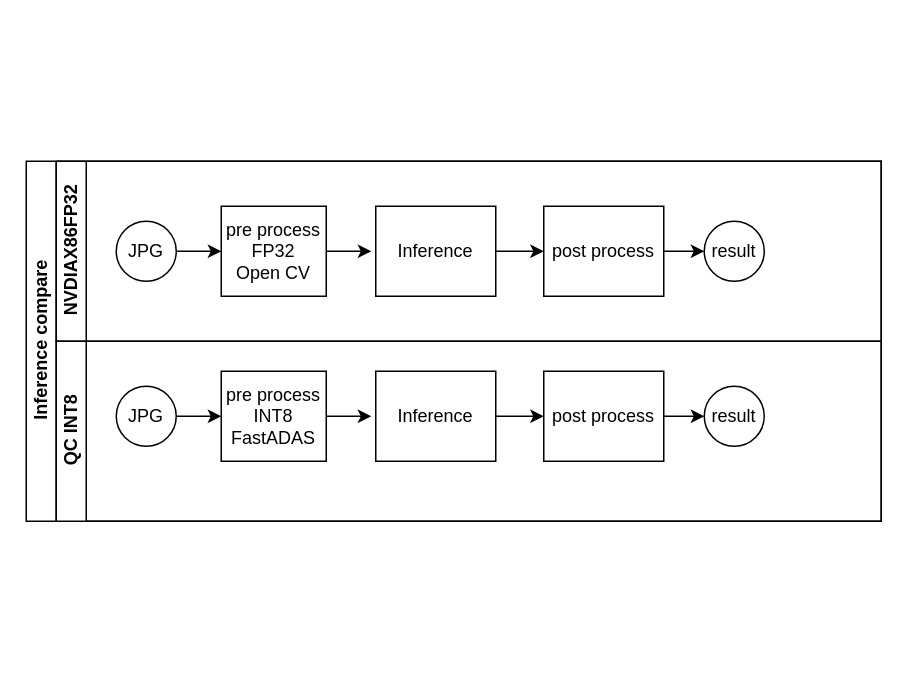
This is 未命名绘图.drawio from thinkbai/aimet, a draw.io file, before an edit. Source tidied: cells renumbered, new cells numbered last; positions are measured from the earlier drawing's top-left corner, leaving out a move shared by most shapes. Both pictures are drawn from the tidied source at 150%, with x=0, y=0 at pixel (26, 160).
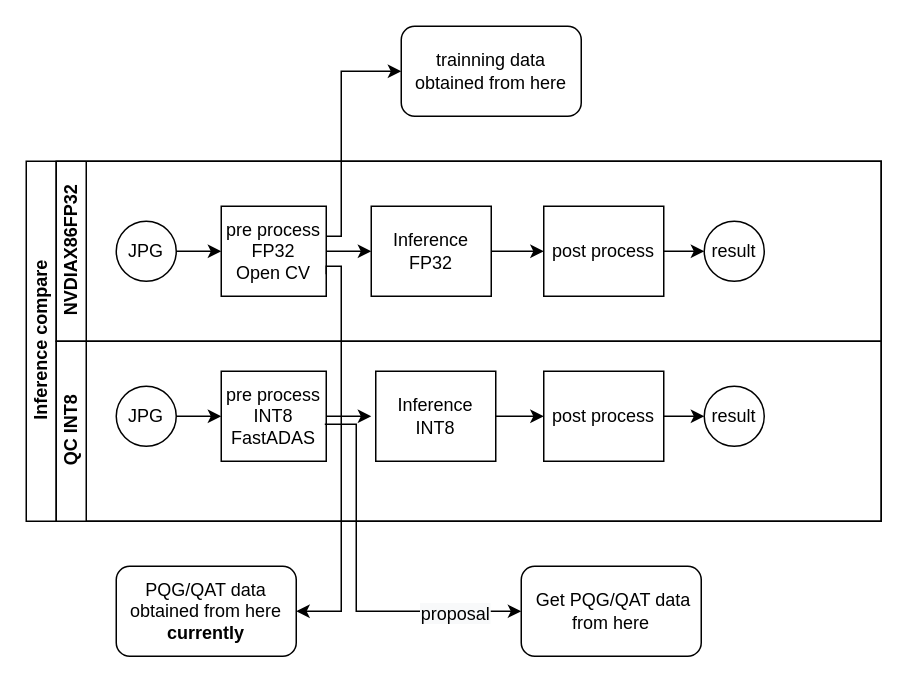
After the change.

Commit message:
更新未命名绘图.drawio

Unchanged cells that the change refers to:
```xml
<mxCell id="3" value="NVDIAX86FP32" style="swimlane;html=1;startSize=20;horizontal=0;" parent="2" vertex="1">
  <mxGeometry x="20" width="550" height="120" as="geometry" />
</mxCell>
<mxCell id="12" value="QC INT8" style="swimlane;html=1;startSize=20;horizontal=0;" parent="2" vertex="1">
  <mxGeometry x="20" y="120" width="550" height="120" as="geometry" />
</mxCell>
<mxCell id="14" value="pre process&lt;br&gt;INT8&lt;br&gt;FastADAS" style="rounded=0;whiteSpace=wrap;html=1;fontFamily=Helvetica;fontSize=12;fontColor=#000000;align=center;" parent="12" vertex="1">
  <mxGeometry x="110" y="20" width="70" height="60" as="geometry" />
</mxCell>
```

Change to the diagram source:
```diff
@@
-    <mxCell id="10" value="Inference" style="rounded=0;whiteSpace=wrap;html=1;fontFamily=Helvetica;fontSize=12;fontColor=#000000;align=center;" parent="3" vertex="1">
-      <mxGeometry x="213" y="30" width="80" height="60" as="geometry" />
+    <mxCell id="10" value="Inference&lt;br&gt;FP32" style="rounded=0;whiteSpace=wrap;html=1;fontFamily=Helvetica;fontSize=12;fontColor=#000000;align=center;" parent="3" vertex="1">
+      <mxGeometry x="210" y="30" width="80" height="60" as="geometry" />
     </mxCell>
@@
+    <mxCell id="23" style="edgeStyle=orthogonalEdgeStyle;rounded=0;jettySize=auto;html=1;exitX=0.986;exitY=0.59;exitDx=0;exitDy=0;exitPerimeter=0;entryX=0;entryY=0.5;entryDx=0;entryDy=0;" parent="3" edge="1" target="25">
+      <mxGeometry relative="1" as="geometry">
+        <mxPoint x="180" y="50" as="sourcePoint" />
+        <Array as="points">
+          <mxPoint x="190" y="50" />
+          <mxPoint x="190" y="-60" />
+        </Array>
+      </mxGeometry>
+    </mxCell>
@@
-    <mxCell id="18" value="Inference" style="rounded=0;whiteSpace=wrap;html=1;fontFamily=Helvetica;fontSize=12;fontColor=#000000;align=center;" parent="12" vertex="1">
+    <mxCell id="18" value="Inference&lt;br&gt;INT8" style="rounded=0;whiteSpace=wrap;html=1;fontFamily=Helvetica;fontSize=12;fontColor=#000000;align=center;" parent="12" vertex="1">
       <mxGeometry x="213" y="20" width="80" height="60" as="geometry" />
     </mxCell>
@@
+    <mxCell id="24" style="edgeStyle=orthogonalEdgeStyle;rounded=0;jettySize=auto;html=1;entryX=1;entryY=0.5;entryDx=0;entryDy=0;exitX=0.986;exitY=0.59;exitDx=0;exitDy=0;exitPerimeter=0;" parent="12" edge="1" target="28">
+      <mxGeometry relative="1" as="geometry">
+        <mxPoint x="180" y="-44.6" as="sourcePoint" />
+        <Array as="points">
+          <mxPoint x="180" y="-50" />
+          <mxPoint x="190" y="-50" />
+          <mxPoint x="190" y="180" />
+        </Array>
+      </mxGeometry>
+    </mxCell>
@@
+    <mxCell id="25" value="trainning data obtained from here" style="rounded=1;whiteSpace=wrap;html=1;" parent="1" vertex="1">
+      <mxGeometry x="250" y="-90" width="120" height="60" as="geometry" />
+    </mxCell>
+    <mxCell id="26" style="edgeStyle=orthogonalEdgeStyle;rounded=0;jettySize=auto;html=1;entryX=0;entryY=0.5;entryDx=0;entryDy=0;exitX=0.986;exitY=0.59;exitDx=0;exitDy=0;exitPerimeter=0;" parent="1" edge="1" source="14" target="29">
+      <mxGeometry relative="1" as="geometry">
+        <Array as="points">
+          <mxPoint x="220" y="175" />
+          <mxPoint x="220" y="300" />
+        </Array>
+      </mxGeometry>
+    </mxCell>
+    <mxCell id="27" value="&lt;span style=&quot;font-size: 12px; background-color: rgb(248, 249, 250);&quot;&gt;proposal&lt;/span&gt;" style="edgeLabel;html=1;align=center;verticalAlign=middle;" parent="26" vertex="1">
+      <mxGeometry x="0.65" y="-1" relative="1" as="geometry" />
+    </mxCell>
+    <mxCell id="28" value="PQG/QAT data obtained from here &lt;b&gt;currently&lt;/b&gt;" style="rounded=1;whiteSpace=wrap;html=1;" parent="1" vertex="1">
+      <mxGeometry x="60" y="270" width="120" height="60" as="geometry" />
+    </mxCell>
+    <mxCell id="29" value="&amp;nbsp;Get PQG/QAT data from here" style="rounded=1;whiteSpace=wrap;html=1;" parent="1" vertex="1">
+      <mxGeometry x="330" y="270" width="120" height="60" as="geometry" />
+    </mxCell>
```
